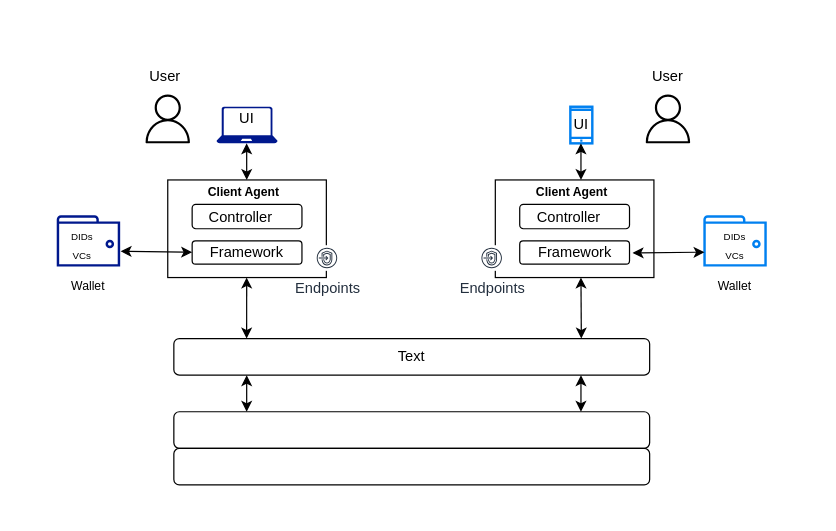
Before: files/Untitled Diagram.drawio in Arif-Shahriar028/draw.io, a draw.io diagram. Source tidied: cells renumbered, new cells numbered last; positions are measured from the earlier drawing's top-left corner, leaving out a move shared by most shapes. Both pictures are drawn from the tidied source at 122%, with x=0, y=0 at pixel (45, 57).
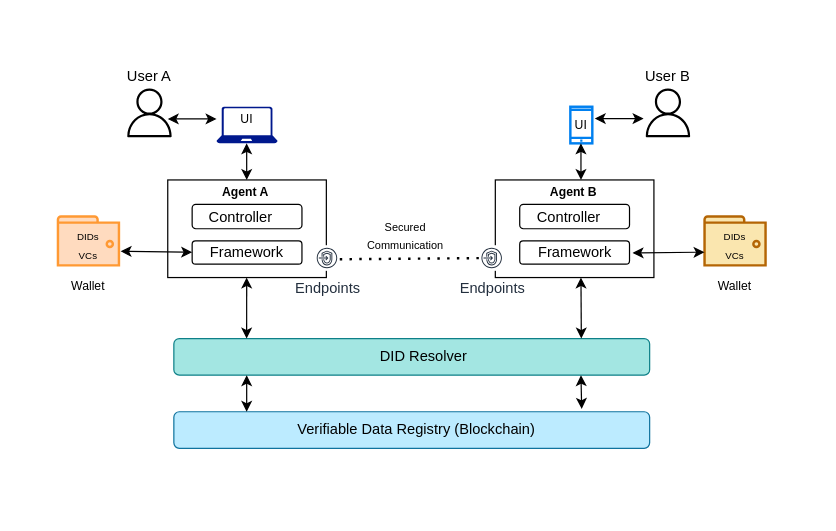
The same diagram, later.

The change refers to these unchanged cells:
```xml
<mxCell id="20" value="Endpoints" style="sketch=0;outlineConnect=0;fontColor=#232F3E;gradientColor=none;strokeColor=#232F3E;fillColor=#ffffff;dashed=0;verticalLabelPosition=bottom;verticalAlign=top;align=center;html=1;fontSize=12;fontStyle=0;shape=mxgraph.aws4.resourceIcon;resIcon=mxgraph.aws4.endpoints;" parent="1" vertex="1">
  <mxGeometry x="355" y="153.5" width="21" height="21" as="geometry" />
</mxCell>
```

What changed in the source:
```diff
@@
+    <mxCell id="42" style="rounded=0;whiteSpace=wrap;html=1;strokeColor=#FFFFFF;" parent="1" vertex="1">
+      <mxGeometry x="-20" y="-30" width="650" height="400" as="geometry" />
+    </mxCell>
     <mxCell id="2" style="sketch=0;fillColor=#000000;strokeColor=#6666FF;dashed=0;verticalLabelPosition=bottom;verticalAlign=top;align=center;html=1;fontSize=12;fontStyle=0;shape=mxgraph.aws4.user;fontColor=#ffffff;" parent="1" vertex="1">
-      <mxGeometry x="80" y="30" width="40" height="40" as="geometry" />
+      <mxGeometry x="65" y="25" width="40" height="40" as="geometry" />
     </mxCell>
@@
-    <mxCell id="7" style="html=1;verticalLabelPosition=bottom;align=center;labelBackgroundColor=#ffffff;verticalAlign=top;strokeWidth=2;strokeColor=#00188D;shadow=0;dashed=0;shape=mxgraph.ios7.icons.wallet;" parent="1" vertex="1">
+    <mxCell id="7" style="html=1;verticalLabelPosition=bottom;align=center;labelBackgroundColor=#ffffff;verticalAlign=top;strokeWidth=2;strokeColor=#FF9933;shadow=0;dashed=0;shape=mxgraph.ios7.icons.wallet;fillColor=#FFDBBF;" parent="1" vertex="1">
       <mxGeometry x="10" y="130" width="50" height="40" as="geometry" />
     </mxCell>
     <mxCell id="8" style="sketch=0;fontColor=#232F3E;gradientColor=none;fillColor=#000000;strokeColor=none;dashed=0;verticalLabelPosition=bottom;verticalAlign=top;align=center;html=1;fontSize=12;fontStyle=0;shape=mxgraph.aws4.user;" parent="1" vertex="1">
-      <mxGeometry x="490" y="30" width="40" height="40" as="geometry" />
+      <mxGeometry x="490" y="25" width="40" height="40" as="geometry" />
     </mxCell>
@@
-    <mxCell id="10" style="html=1;verticalLabelPosition=bottom;align=center;labelBackgroundColor=#ffffff;verticalAlign=top;strokeWidth=2;shadow=0;dashed=0;shape=mxgraph.ios7.icons.wallet;strokeColor=#0080F0;" parent="1" vertex="1">
+    <mxCell id="10" style="html=1;verticalLabelPosition=bottom;align=center;labelBackgroundColor=#ffffff;verticalAlign=top;strokeWidth=2;shadow=0;dashed=0;shape=mxgraph.ios7.icons.wallet;strokeColor=#b46504;fillColor=#FAE6AF;" parent="1" vertex="1">
       <mxGeometry x="540" y="130" width="50" height="40" as="geometry" />
     </mxCell>
@@
-    <mxCell id="12" style="rounded=1;whiteSpace=wrap;html=1;" parent="1" vertex="1">
+    <mxCell id="12" style="rounded=1;whiteSpace=wrap;html=1;fillColor=#A3E6E2;strokeColor=#0e8088;" parent="1" vertex="1">
       <mxGeometry x="105" y="230" width="390" height="30" as="geometry" />
     </mxCell>
-    <mxCell id="13" style="rounded=1;whiteSpace=wrap;html=1;" parent="1" vertex="1">
+    <mxCell id="13" style="rounded=1;whiteSpace=wrap;html=1;fillColor=#BCEBFF;strokeColor=#10739e;" parent="1" vertex="1">
       <mxGeometry x="105" y="290" width="390" height="30" as="geometry" />
     </mxCell>
-    <mxCell id="14" style="rounded=1;whiteSpace=wrap;html=1;" parent="1" vertex="1">
-      <mxGeometry x="105" y="320" width="390" height="30" as="geometry" />
-    </mxCell>
@@
-    <mxCell id="23" value="&lt;font size=&quot;1&quot;&gt;&lt;b&gt;Client Agent&lt;/b&gt;&lt;/font&gt;" style="text;html=1;strokeColor=none;fillColor=none;align=center;verticalAlign=middle;whiteSpace=wrap;rounded=0;" parent="1" vertex="1">
+    <mxCell id="23" value="&lt;font size=&quot;1&quot;&gt;&lt;b&gt;&amp;nbsp;Agent A&lt;/b&gt;&lt;/font&gt;" style="text;html=1;strokeColor=none;fillColor=none;align=center;verticalAlign=middle;whiteSpace=wrap;rounded=0;" parent="1" vertex="1">
       <mxGeometry x="130" y="100" width="65" height="20" as="geometry" />
     </mxCell>
-    <mxCell id="24" value="&lt;font size=&quot;1&quot;&gt;&lt;b&gt;Client Agent&lt;/b&gt;&lt;/font&gt;" style="text;html=1;strokeColor=none;fillColor=none;align=center;verticalAlign=middle;whiteSpace=wrap;rounded=0;" parent="1" vertex="1">
+    <mxCell id="24" value="&lt;font size=&quot;1&quot;&gt;&lt;b&gt;&amp;nbsp;Agent B&lt;/b&gt;&lt;/font&gt;" style="text;html=1;strokeColor=none;fillColor=none;align=center;verticalAlign=middle;whiteSpace=wrap;rounded=0;" parent="1" vertex="1">
       <mxGeometry x="398.5" y="100" width="65" height="20" as="geometry" />
     </mxCell>
@@
     <mxCell id="31" value="&lt;font style=&quot;font-size: 8px;&quot;&gt;DIDs&lt;br&gt;VCs&lt;br&gt;&lt;/font&gt;" style="text;html=1;strokeColor=none;fillColor=none;align=center;verticalAlign=middle;whiteSpace=wrap;rounded=0;" parent="1" vertex="1">
-      <mxGeometry y="135" width="60" height="35" as="geometry" />
+      <mxGeometry x="5" y="135" width="60" height="35" as="geometry" />
     </mxCell>
@@
-    <mxCell id="33" value="User" style="text;html=1;strokeColor=none;fillColor=none;align=center;verticalAlign=middle;whiteSpace=wrap;rounded=0;" parent="1" vertex="1">
-      <mxGeometry x="67.5" width="60" height="30" as="geometry" />
+    <mxCell id="33" value="User A" style="text;html=1;strokeColor=none;fillColor=none;align=center;verticalAlign=middle;whiteSpace=wrap;rounded=0;" parent="1" vertex="1">
+      <mxGeometry x="55" width="60" height="30" as="geometry" />
     </mxCell>
-    <mxCell id="34" value="User" style="text;html=1;strokeColor=none;fillColor=none;align=center;verticalAlign=middle;whiteSpace=wrap;rounded=0;" parent="1" vertex="1">
+    <mxCell id="34" value="User B" style="text;html=1;strokeColor=none;fillColor=none;align=center;verticalAlign=middle;whiteSpace=wrap;rounded=0;" parent="1" vertex="1">
       <mxGeometry x="480" width="60" height="30" as="geometry" />
     </mxCell>
-    <mxCell id="35" value="UI" style="text;html=1;strokeColor=none;fillColor=none;align=center;verticalAlign=middle;whiteSpace=wrap;rounded=0;" parent="1" vertex="1">
+    <mxCell id="35" value="&lt;font style=&quot;font-size: 10px;&quot;&gt;UI&lt;/font&gt;" style="text;html=1;strokeColor=none;fillColor=none;align=center;verticalAlign=middle;whiteSpace=wrap;rounded=0;" parent="1" vertex="1">
       <mxGeometry x="135" y="35" width="60" height="30" as="geometry" />
     </mxCell>
-    <mxCell id="36" value="UI" style="text;html=1;strokeColor=none;fillColor=none;align=center;verticalAlign=middle;whiteSpace=wrap;rounded=0;" parent="1" vertex="1">
+    <mxCell id="36" value="&lt;font style=&quot;font-size: 10px;&quot;&gt;UI&lt;/font&gt;" style="text;html=1;strokeColor=none;fillColor=none;align=center;verticalAlign=middle;whiteSpace=wrap;rounded=0;" parent="1" vertex="1">
       <mxGeometry x="409" y="40" width="60" height="30" as="geometry" />
     </mxCell>
@@
-    <mxCell id="40" style="endArrow=classic;startArrow=classic;html=1;rounded=0;" parent="1" edge="1">
+    <mxCell id="40" style="endArrow=classic;startArrow=classic;html=1;rounded=0;exitX=0.938;exitY=-0.078;exitDx=0;exitDy=0;exitPerimeter=0;" parent="1" edge="1" source="43">
       <mxGeometry relative="1" as="geometry">
-        <mxPoint x="438.7" y="290" as="sourcePoint" />
         <mxPoint x="438.7" y="260" as="targetPoint" />
       </mxGeometry>
     </mxCell>
-    <mxCell id="41" value="Text" style="text;html=1;strokeColor=none;fillColor=none;align=center;verticalAlign=middle;whiteSpace=wrap;rounded=0;" parent="1" vertex="1">
-      <mxGeometry x="270" y="230" width="60" height="30" as="geometry" />
+    <mxCell id="41" value="DID Resolver" style="text;html=1;strokeColor=none;fillColor=none;align=center;verticalAlign=middle;whiteSpace=wrap;rounded=0;" parent="1" vertex="1">
+      <mxGeometry x="265" y="230" width="90" height="30" as="geometry" />
     </mxCell>
+    <mxCell id="43" value="Verifiable Data Registry (Blockchain)" style="text;html=1;strokeColor=none;fillColor=none;align=center;verticalAlign=middle;whiteSpace=wrap;rounded=0;" parent="1" vertex="1">
+      <mxGeometry x="148.5" y="290" width="310" height="30" as="geometry" />
+    </mxCell>
+    <mxCell id="44" style="endArrow=none;dashed=1;html=1;dashPattern=1 3;strokeWidth=2;rounded=0;" parent="1" edge="1" target="20">
+      <mxGeometry relative="1" as="geometry">
+        <mxPoint x="241" y="165" as="sourcePoint" />
+      </mxGeometry>
+    </mxCell>
+    <mxCell id="45" value="&lt;font style=&quot;font-size: 9px;&quot;&gt;Secured Communication&lt;/font&gt;" style="text;html=1;strokeColor=none;fillColor=none;align=center;verticalAlign=middle;whiteSpace=wrap;rounded=0;" parent="1" vertex="1">
+      <mxGeometry x="265" y="130" width="60" height="30" as="geometry" />
+    </mxCell>
+    <mxCell id="46" style="endArrow=classic;startArrow=classic;html=1;rounded=0;" parent="1" edge="1">
+      <mxGeometry relative="1" as="geometry">
+        <mxPoint x="100" y="50" as="sourcePoint" />
+        <mxPoint x="140" y="50" as="targetPoint" />
+      </mxGeometry>
+    </mxCell>
+    <mxCell id="47" style="endArrow=classic;startArrow=classic;html=1;rounded=0;" parent="1" edge="1">
+      <mxGeometry relative="1" as="geometry">
+        <mxPoint x="450" y="49.7" as="sourcePoint" />
+        <mxPoint x="490" y="49.7" as="targetPoint" />
+      </mxGeometry>
+    </mxCell>
```
